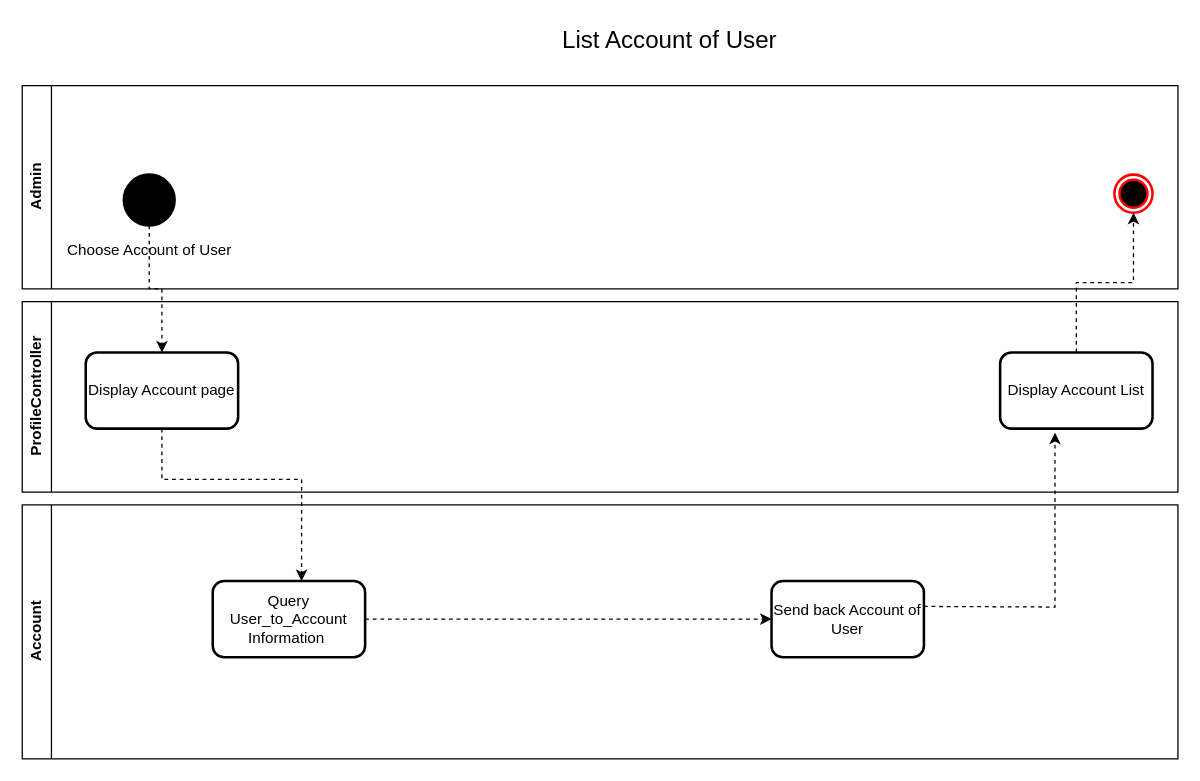
Before: Diagram/Workflow/List Account of User.drawio in NotAsea/Hocviec, a draw.io diagram. Source tidied: cells renumbered, new cells numbered last; positions are measured from the earlier drawing's top-left corner, leaving out a move shared by most shapes. Both pictures are drawn from the tidied source at 127%, with x=0, y=0 at pixel (22, 22).
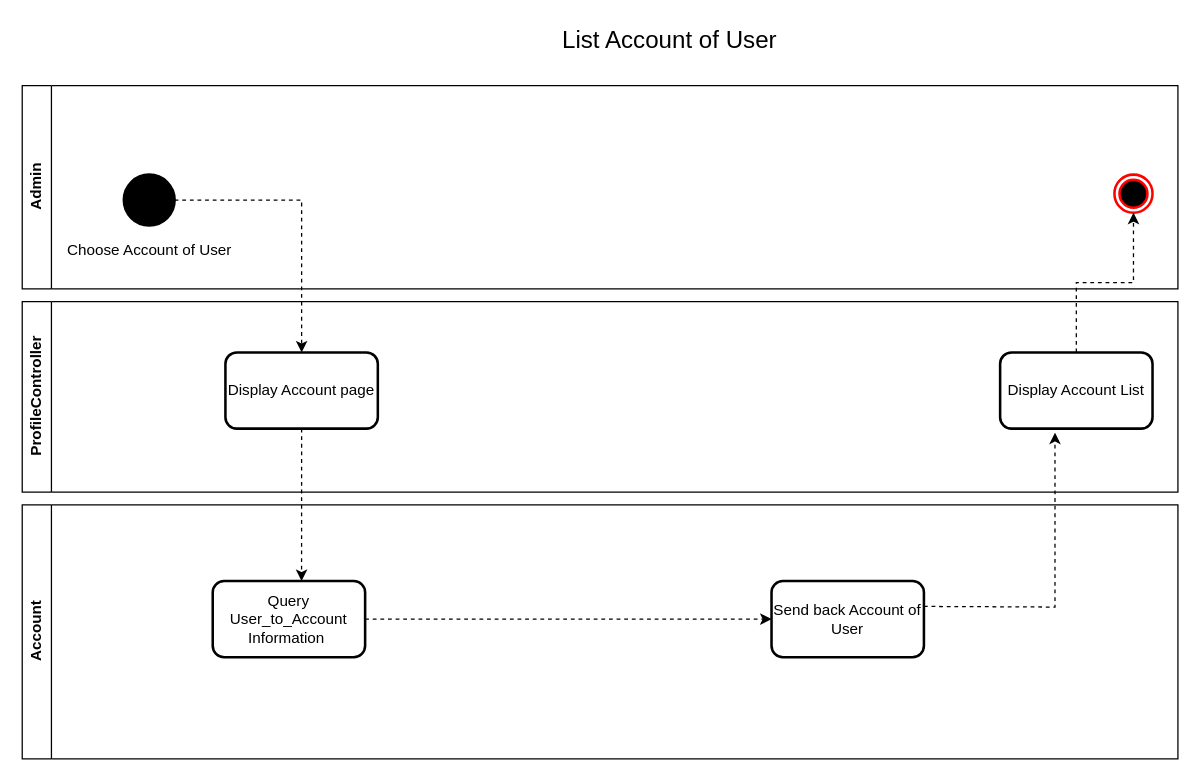
After the change.

Change to the diagram source:
```diff
@@
 <mxGraphModel>
   <root>
     <mxCell id="0" />
     <mxCell id="1" parent="0" />
     <mxCell id="2" value="Admin" style="swimlane;horizontal=0;whiteSpace=wrap;html=1;" parent="1" vertex="1">
       <mxGeometry y="50" width="910" height="160" as="geometry" />
     </mxCell>
     <mxCell id="3" value="Choose Account of User" style="shape=ellipse;html=1;fillColor=strokeColor;strokeWidth=2;verticalLabelPosition=bottom;verticalAlignment=top;perimeter=ellipsePerimeter;" parent="2" vertex="1">
       <mxGeometry x="80" y="70" width="40" height="40" as="geometry" />
     </mxCell>
     <mxCell id="4" style="ellipse;html=1;shape=endState;fillColor=#000000;strokeColor=#ff0000;strokeWidth=2;fontFamily=Helvetica;fontSize=12;fontColor=default;" parent="2" vertex="1">
       <mxGeometry x="860" y="70" width="30" height="30" as="geometry" />
     </mxCell>
     <mxCell id="5" value="ProfileController" style="swimlane;horizontal=0;whiteSpace=wrap;html=1;" parent="1" vertex="1">
       <mxGeometry y="220" width="910" height="150" as="geometry" />
     </mxCell>
     <mxCell id="6" value="Display Account List" style="rounded=1;whiteSpace=wrap;html=1;strokeWidth=2;fontFamily=Helvetica;fontSize=12;" parent="5" vertex="1">
       <mxGeometry x="770" y="40" width="120" height="60" as="geometry" />
     </mxCell>
     <mxCell id="7" value="Display Account page" style="rounded=1;whiteSpace=wrap;html=1;strokeWidth=2;fontFamily=Helvetica;fontSize=12;" parent="5" vertex="1">
-      <mxGeometry x="50" y="40" width="120" height="60" as="geometry" />
+      <mxGeometry x="160" y="40" width="120" height="60" as="geometry" />
     </mxCell>
     <mxCell id="8" value="Account" style="swimlane;horizontal=0;whiteSpace=wrap;html=1;" parent="1" vertex="1">
       <mxGeometry y="380" width="910" height="200" as="geometry" />
     </mxCell>
     <mxCell id="9" style="edgeStyle=orthogonalEdgeStyle;rounded=0;jettySize=auto;html=1;entryX=0;entryY=0.5;entryDx=0;entryDy=0;dashed=1;" parent="8" edge="1" source="10" target="11">
       <mxGeometry relative="1" as="geometry" />
     </mxCell>
     <mxCell id="10" value="Query User_to_Account Information&amp;nbsp;" style="rounded=1;whiteSpace=wrap;html=1;strokeWidth=2;fontFamily=Helvetica;fontSize=12;" parent="8" vertex="1">
       <mxGeometry x="150" y="60" width="120" height="60" as="geometry" />
     </mxCell>
     <mxCell id="11" value="Send back Account of User" style="rounded=1;whiteSpace=wrap;html=1;strokeWidth=2;fontFamily=Helvetica;fontSize=12;" parent="8" vertex="1">
       <mxGeometry x="590" y="60" width="120" height="60" as="geometry" />
     </mxCell>
     <mxCell id="12" style="edgeStyle=orthogonalEdgeStyle;rounded=0;jettySize=auto;html=1;entryX=0.5;entryY=1;entryDx=0;entryDy=0;dashed=1;strokeWidth=1;fontFamily=Helvetica;fontSize=12;fontColor=default;" parent="1" edge="1" source="6" target="4">
       <mxGeometry relative="1" as="geometry" />
     </mxCell>
     <mxCell id="13" style="edgeStyle=orthogonalEdgeStyle;rounded=0;jettySize=auto;html=1;entryX=0.5;entryY=0;entryDx=0;entryDy=0;dashed=1;strokeWidth=1;fontFamily=Helvetica;fontSize=12;fontColor=default;" parent="1" edge="1" source="3" target="7">
       <mxGeometry relative="1" as="geometry" />
     </mxCell>
     <mxCell id="14" value="List Account of User" style="text;html=1;strokeColor=none;fillColor=none;align=center;verticalAlign=middle;whiteSpace=wrap;rounded=0;fontSize=19;" parent="1" vertex="1">
       <mxGeometry x="420" width="180" height="30" as="geometry" />
     </mxCell>
     <mxCell id="15" style="edgeStyle=orthogonalEdgeStyle;rounded=0;jettySize=auto;html=1;entryX=0.36;entryY=1.053;entryDx=0;entryDy=0;entryPerimeter=0;dashed=1;" parent="1" edge="1" target="6">
       <mxGeometry relative="1" as="geometry">
         <mxPoint x="710" y="460" as="sourcePoint" />
       </mxGeometry>
     </mxCell>
-    <mxCell id="16" style="edgeStyle=orthogonalEdgeStyle;rounded=0;jettySize=auto;html=1;entryX=0.583;entryY=0;entryDx=0;entryDy=0;entryPerimeter=0;dashed=1;" parent="1" edge="1" source="7" target="10">
+    <mxCell id="16" style="edgeStyle=orthogonalEdgeStyle;rounded=0;jettySize=auto;html=1;entryX=0.583;entryY=0;entryDx=0;entryDy=0;entryPerimeter=0;dashed=1;exitX=0.5;exitY=1;exitDx=0;exitDy=0;" parent="1" edge="1" source="7" target="10">
       <mxGeometry relative="1" as="geometry">
         <Array as="points">
-          <mxPoint x="110" y="360" />
-          <mxPoint x="220" y="360" />
+          <mxPoint x="220" y="340" />
+          <mxPoint x="220" y="340" />
         </Array>
       </mxGeometry>
     </mxCell>
   </root>
 </mxGraphModel>
```
